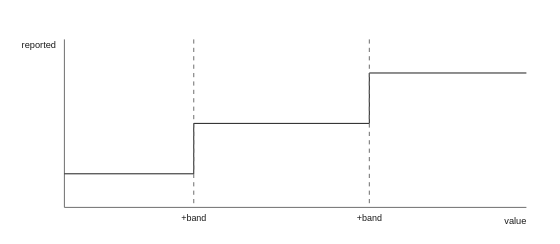
pstch/botanik2 keeps this draw.io diagram as images/logic/block_Deadband.drawio.svg. Above is the earlier version. Source tidied: cells renumbered, new cells last; positions are measured from the earlier drawing's top-left corner, leaving out a move shared by most shapes. Source of this version:
```xml
<mxGraphModel>
  <root>
    <mxCell id="0" />
    <mxCell id="1" parent="0" />
    <mxCell id="2" style="edgeStyle=none;html=1;strokeColor=#6b6b6b;endArrow=none;" parent="1" edge="1">
      <mxGeometry relative="1" as="geometry">
        <mxPoint x="6" y="1" as="sourcePoint" />
        <mxPoint x="336" y="121" as="targetPoint" />
        <Array as="points">
          <mxPoint x="6" y="121" />
        </Array>
      </mxGeometry>
    </mxCell>
    <mxCell id="3" value="reported" style="text;html=1;fontSize=6;fontColor=#1a1a1a;align=left;" parent="1" vertex="1">
      <mxGeometry y="0.4" width="40" height="10.6" as="geometry" />
    </mxCell>
    <mxCell id="4" value="value" style="text;html=1;fontSize=6;fontColor=#1a1a1a;align=left;" parent="1" vertex="1">
      <mxGeometry x="336" y="126.4" width="40" height="10.6" as="geometry" />
    </mxCell>
    <mxCell id="5" style="edgeStyle=none;html=1;strokeColor=#1a1a1a;endArrow=none;" parent="1" edge="1">
      <mxGeometry relative="1" as="geometry">
        <mxPoint x="6" y="97" as="sourcePoint" />
        <mxPoint x="336" y="25" as="targetPoint" />
        <Array as="points">
          <mxPoint x="98.4" y="97" />
          <mxPoint x="98.4" y="61" />
          <mxPoint x="223.8" y="61" />
          <mxPoint x="223.8" y="25" />
        </Array>
      </mxGeometry>
    </mxCell>
    <mxCell id="6" style="edgeStyle=none;html=1;strokeColor=#6b6b6b;endArrow=none;dashed=1;" parent="1" edge="1">
      <mxGeometry relative="1" as="geometry">
        <mxPoint x="98.4" y="1" as="sourcePoint" />
        <mxPoint x="98.4" y="121" as="targetPoint" />
      </mxGeometry>
    </mxCell>
    <mxCell id="7" value="+band" style="text;html=1;fontSize=6;fontColor=#1a1a1a;align=center;" parent="1" vertex="1">
      <mxGeometry x="98.4" y="124.6" width="40" height="10.4" as="geometry" />
    </mxCell>
    <mxCell id="8" style="edgeStyle=none;html=1;strokeColor=#6b6b6b;endArrow=none;dashed=1;" parent="1" edge="1">
      <mxGeometry relative="1" as="geometry">
        <mxPoint x="223.8" y="1" as="sourcePoint" />
        <mxPoint x="223.8" y="121" as="targetPoint" />
      </mxGeometry>
    </mxCell>
    <mxCell id="9" value="+band" style="text;html=1;fontSize=6;fontColor=#1a1a1a;align=center;" parent="1" vertex="1">
      <mxGeometry x="223.8" y="124.6" width="40" height="10.4" as="geometry" />
    </mxCell>
  </root>
</mxGraphModel>
```
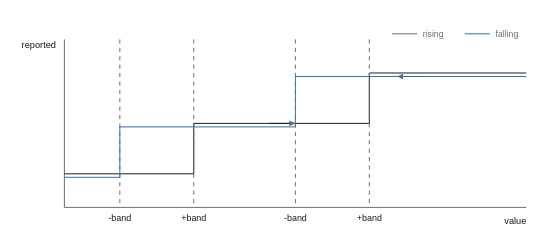
The same file after the commit.

Change to the diagram source:
```diff
@@ -29,21 +29,81 @@
         </Array>
       </mxGeometry>
     </mxCell>
-    <mxCell id="6" style="edgeStyle=none;html=1;strokeColor=#6b6b6b;endArrow=none;dashed=1;" parent="1" edge="1">
+    <mxCell id="6" style="edgeStyle=none;html=1;strokeColor=#1a1a1a;endArrow=block;" parent="1" edge="1">
       <mxGeometry relative="1" as="geometry">
-        <mxPoint x="98.4" y="1" as="sourcePoint" />
-        <mxPoint x="98.4" y="121" as="targetPoint" />
+        <mxPoint x="152.1" y="61" as="sourcePoint" />
+        <mxPoint x="170.1" y="61" as="targetPoint" />
       </mxGeometry>
     </mxCell>
+    <mxCell id="10" style="edgeStyle=none;html=1;strokeColor=#2f6fae;endArrow=none;" parent="1" edge="1">
+      <mxGeometry relative="1" as="geometry">
+        <mxPoint x="336" y="27.5" as="sourcePoint" />
+        <mxPoint x="6" y="99.5" as="targetPoint" />
+        <Array as="points">
+          <mxPoint x="171" y="27.5" />
+          <mxPoint x="171" y="63.5" />
+          <mxPoint x="45.6" y="63.5" />
+          <mxPoint x="45.6" y="99.5" />
+        </Array>
+      </mxGeometry>
+    </mxCell>
+    <mxCell id="8" style="edgeStyle=none;html=1;strokeColor=#2f6fae;endArrow=block;" parent="1" edge="1">
+      <mxGeometry relative="1" as="geometry">
+        <mxPoint x="262.5" y="27.5" as="sourcePoint" />
+        <mxPoint x="244.5" y="27.5" as="targetPoint" />
+      </mxGeometry>
+    </mxCell>
+    <mxCell id="11" style="edgeStyle=none;html=1;strokeColor=#6b6b6b;endArrow=none;" parent="1" edge="1">
+      <mxGeometry relative="1" as="geometry">
+        <mxPoint x="240" y="-3" as="sourcePoint" />
+        <mxPoint x="258" y="-3" as="targetPoint" />
+      </mxGeometry>
+    </mxCell>
+    <mxCell id="12" value="rising" style="text;html=1;fontSize=6;fontColor=#6b6b6b;align=left;" parent="1" vertex="1">
+      <mxGeometry x="262" y="-7.2" width="40" height="10.2" as="geometry" />
+    </mxCell>
+    <mxCell id="13" style="edgeStyle=none;html=1;strokeColor=#2f6fae;endArrow=none;" parent="1" edge="1">
+      <mxGeometry relative="1" as="geometry">
+        <mxPoint x="292" y="-3" as="sourcePoint" />
+        <mxPoint x="310" y="-3" as="targetPoint" />
+      </mxGeometry>
+    </mxCell>
+    <mxCell id="14" value="falling" style="text;html=1;fontSize=6;fontColor=#6b6b6b;align=left;" parent="1" vertex="1">
+      <mxGeometry x="314" y="-7.2" width="40" height="10.2" as="geometry" />
+    </mxCell>
+    <mxCell id="15" style="edgeStyle=none;html=1;strokeColor=#6b6b6b;endArrow=none;dashed=1;" parent="1" edge="1">
+      <mxGeometry relative="1" as="geometry">
+        <mxPoint x="45.6" y="1" as="sourcePoint" />
+        <mxPoint x="45.6" y="121" as="targetPoint" />
+      </mxGeometry>
+    </mxCell>
+    <mxCell id="16" value="-band" style="text;html=1;fontSize=6;fontColor=#1a1a1a;align=center;" parent="1" vertex="1">
+      <mxGeometry x="45.6" y="124.6" width="40" height="10.4" as="geometry" />
+    </mxCell>
+    <mxCell id="17" style="edgeStyle=none;html=1;strokeColor=#6b6b6b;endArrow=none;dashed=1;" parent="1" edge="1">
+      <mxGeometry relative="1" as="geometry">
+        <mxPoint x="98.4" y="1" as="sourcePoint" />
+        <mxPoint x="98.4" y="121" as="targetPoint" />
+      </mxGeometry>
+    </mxCell>
     <mxCell id="7" value="+band" style="text;html=1;fontSize=6;fontColor=#1a1a1a;align=center;" parent="1" vertex="1">
       <mxGeometry x="98.4" y="124.6" width="40" height="10.4" as="geometry" />
     </mxCell>
-    <mxCell id="8" style="edgeStyle=none;html=1;strokeColor=#6b6b6b;endArrow=none;dashed=1;" parent="1" edge="1">
-      <mxGeometry relative="1" as="geometry">
-        <mxPoint x="223.8" y="1" as="sourcePoint" />
-        <mxPoint x="223.8" y="121" as="targetPoint" />
-      </mxGeometry>
-    </mxCell>
+    <mxCell id="18" style="edgeStyle=none;html=1;strokeColor=#6b6b6b;endArrow=none;dashed=1;" parent="1" edge="1">
+      <mxGeometry relative="1" as="geometry">
+        <mxPoint x="171" y="1" as="sourcePoint" />
+        <mxPoint x="171" y="121" as="targetPoint" />
+      </mxGeometry>
+    </mxCell>
+    <mxCell id="19" value="-band" style="text;html=1;fontSize=6;fontColor=#1a1a1a;align=center;" parent="1" vertex="1">
+      <mxGeometry x="171" y="124.6" width="40" height="10.4" as="geometry" />
+    </mxCell>
+    <mxCell id="20" style="edgeStyle=none;html=1;strokeColor=#6b6b6b;endArrow=none;dashed=1;" parent="1" edge="1">
+      <mxGeometry relative="1" as="geometry">
+        <mxPoint x="223.8" y="1" as="sourcePoint" />
+        <mxPoint x="223.8" y="121" as="targetPoint" />
+      </mxGeometry>
+    </mxCell>
     <mxCell id="9" value="+band" style="text;html=1;fontSize=6;fontColor=#1a1a1a;align=center;" parent="1" vertex="1">
       <mxGeometry x="223.8" y="124.6" width="40" height="10.4" as="geometry" />
     </mxCell>
```
